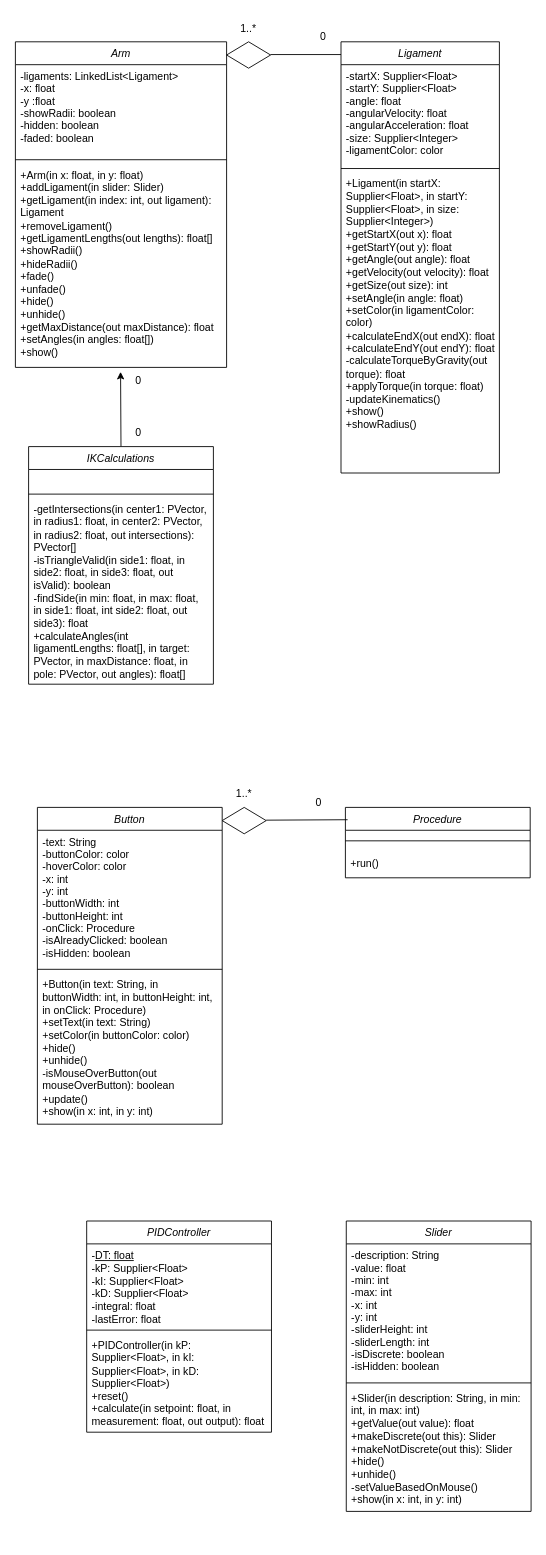
Before: UML.drawio in IanShiii/APCS-Final-Project, a draw.io diagram. Source tidied: cells renumbered, new cells numbered last; positions are measured from the earlier drawing's top-left corner, leaving out a move shared by most shapes. Both pictures are drawn from the tidied source at 88%, with x=0, y=0 at pixel (15, 15).
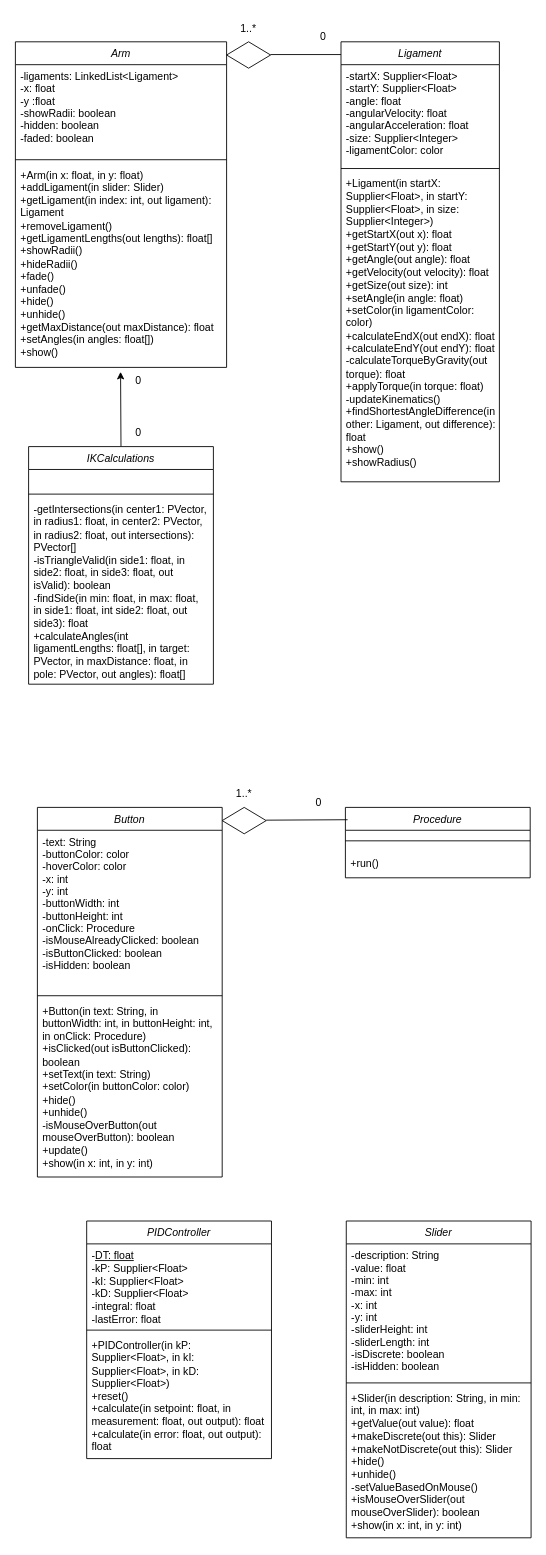
Above is the later version.

Commit message:
update UML diagram

The edit, as a diff of the source:
```diff
@@
     <mxCell id="8" value="Ligament" style="swimlane;fontStyle=2;align=center;verticalAlign=top;horizontal=1;startSize=26;rounded=0;shadow=0;strokeWidth=1;" parent="1" vertex="1">
-      <mxGeometry x="370" y="30" width="180" height="490" as="geometry" />
+      <mxGeometry x="370" y="30" width="180" height="500" as="geometry" />
     </mxCell>
@@
-    <mxCell id="11" value="+Ligament(in startX: Supplier&lt;Float&gt;, in startY: Supplier&lt;Float&gt;, in size: Supplier&lt;Integer&gt;)&#10;+getStartX(out x): float&#10;+getStartY(out y): float&#10;+getAngle(out angle): float&#10;+getVelocity(out velocity): float&#10;+getSize(out size): int&#10;+setAngle(in angle: float)&#10;+setColor(in ligamentColor: color)&#10;+calculateEndX(out endX): float&#10;+calculateEndY(out endY): float&#10;-calculateTorqueByGravity(out torque): float&#10;+applyTorque(in torque: float)&#10;-updateKinematics()&#10;+show()&#10;+showRadius()&#10;" style="text;align=left;verticalAlign=top;spacingLeft=4;spacingRight=4;overflow=hidden;whiteSpace=wrap;" parent="8" vertex="1">
-      <mxGeometry y="148" width="180" height="342" as="geometry" />
+    <mxCell id="11" value="+Ligament(in startX: Supplier&lt;Float&gt;, in startY: Supplier&lt;Float&gt;, in size: Supplier&lt;Integer&gt;)&#10;+getStartX(out x): float&#10;+getStartY(out y): float&#10;+getAngle(out angle): float&#10;+getVelocity(out velocity): float&#10;+getSize(out size): int&#10;+setAngle(in angle: float)&#10;+setColor(in ligamentColor: color)&#10;+calculateEndX(out endX): float&#10;+calculateEndY(out endY): float&#10;-calculateTorqueByGravity(out torque): float&#10;+applyTorque(in torque: float)&#10;-updateKinematics()&#10;+findShortestAngleDifference(in other: Ligament, out difference): float&#10;+show()&#10;+showRadius()&#10;" style="text;align=left;verticalAlign=top;spacingLeft=4;spacingRight=4;overflow=hidden;whiteSpace=wrap;" parent="8" vertex="1">
+      <mxGeometry y="148" width="180" height="352" as="geometry" />
     </mxCell>
@@
     <mxCell id="21" value="Slider" style="swimlane;fontStyle=2;align=center;verticalAlign=top;horizontal=1;startSize=26;rounded=0;shadow=0;strokeWidth=1;" parent="1" vertex="1">
-      <mxGeometry x="376" y="1370" width="210" height="330" as="geometry" />
+      <mxGeometry x="376" y="1370" width="210" height="360" as="geometry" />
     </mxCell>
@@
-    <mxCell id="24" value="+Slider(in description: String, in min: int, in max: int)&#10;+getValue(out value): float&#10;+makeDiscrete(out this): Slider&#10;+makeNotDiscrete(out this): Slider&#10;+hide()&#10;+unhide()&#10;-setValueBasedOnMouse()&#10;+show(in x: int, in y: int)" style="text;align=left;verticalAlign=top;spacingLeft=4;spacingRight=4;overflow=hidden;whiteSpace=wrap;" parent="21" vertex="1">
-      <mxGeometry y="188" width="210" height="142" as="geometry" />
+    <mxCell id="24" value="+Slider(in description: String, in min: int, in max: int)&#10;+getValue(out value): float&#10;+makeDiscrete(out this): Slider&#10;+makeNotDiscrete(out this): Slider&#10;+hide()&#10;+unhide()&#10;-setValueBasedOnMouse()&#10;+isMouseOverSlider(out mouseOverSlider): boolean&#10;+show(in x: int, in y: int)" style="text;align=left;verticalAlign=top;spacingLeft=4;spacingRight=4;overflow=hidden;whiteSpace=wrap;" parent="21" vertex="1">
+      <mxGeometry y="188" width="210" height="172" as="geometry" />
     </mxCell>
     <mxCell id="25" value="Button" style="swimlane;fontStyle=2;align=center;verticalAlign=top;horizontal=1;startSize=26;rounded=0;shadow=0;strokeWidth=1;" parent="1" vertex="1">
-      <mxGeometry x="25" y="900" width="210" height="360" as="geometry" />
+      <mxGeometry x="25" y="900" width="210" height="420" as="geometry" />
     </mxCell>
-    <mxCell id="26" value="-text: String&#10;-buttonColor: color&#10;-hoverColor: color&#10;-x: int&#10;-y: int&#10;-buttonWidth: int&#10;-buttonHeight: int&#10;-onClick: Procedure&#10;-isAlreadyClicked: boolean&#10;-isHidden: boolean" style="text;align=left;verticalAlign=top;spacingLeft=4;spacingRight=4;overflow=hidden;" parent="25" vertex="1">
-      <mxGeometry y="26" width="210" height="154" as="geometry" />
+    <mxCell id="26" value="-text: String&#10;-buttonColor: color&#10;-hoverColor: color&#10;-x: int&#10;-y: int&#10;-buttonWidth: int&#10;-buttonHeight: int&#10;-onClick: Procedure&#10;-isMouseAlreadyClicked: boolean&#10;-isButtonClicked: boolean&#10;-isHidden: boolean" style="text;align=left;verticalAlign=top;spacingLeft=4;spacingRight=4;overflow=hidden;" parent="25" vertex="1">
+      <mxGeometry y="26" width="210" height="184" as="geometry" />
     </mxCell>
     <mxCell id="27" style="line;html=1;strokeWidth=1;align=left;verticalAlign=middle;spacingTop=-1;spacingLeft=3;spacingRight=3;labelPosition=right;" parent="25" vertex="1">
-      <mxGeometry y="180" width="210" height="8" as="geometry" />
+      <mxGeometry y="210" width="210" height="8" as="geometry" />
     </mxCell>
-    <mxCell id="28" value="+Button(in text: String, in buttonWidth: int, in buttonHeight: int, in onClick: Procedure)&#10;+setText(in text: String)&#10;+setColor(in buttonColor: color)&#10;+hide()&#10;+unhide()&#10;-isMouseOverButton(out mouseOverButton): boolean&#10;+update()&#10;+show(in x: int, in y: int)" style="text;align=left;verticalAlign=top;spacingLeft=4;spacingRight=4;overflow=hidden;whiteSpace=wrap;" parent="25" vertex="1">
-      <mxGeometry y="188" width="210" height="172" as="geometry" />
+    <mxCell id="28" value="+Button(in text: String, in buttonWidth: int, in buttonHeight: int, in onClick: Procedure)&#10;+isClicked(out isButtonClicked): boolean&#10;+setText(in text: String)&#10;+setColor(in buttonColor: color)&#10;+hide()&#10;+unhide()&#10;-isMouseOverButton(out mouseOverButton): boolean&#10;+update()&#10;+show(in x: int, in y: int)" style="text;align=left;verticalAlign=top;spacingLeft=4;spacingRight=4;overflow=hidden;whiteSpace=wrap;" parent="25" vertex="1">
+      <mxGeometry y="218" width="210" height="202" as="geometry" />
     </mxCell>
@@
     <mxCell id="36" value="PIDController" style="swimlane;fontStyle=2;align=center;verticalAlign=top;horizontal=1;startSize=26;rounded=0;shadow=0;strokeWidth=1;" parent="1" vertex="1">
-      <mxGeometry x="81" y="1370" width="210" height="240" as="geometry" />
+      <mxGeometry x="81" y="1370" width="210" height="270" as="geometry" />
     </mxCell>
@@
-    <mxCell id="39" value="+PIDController(in kP: Supplier&lt;Float&gt;, in kI: Supplier&lt;Float&gt;, in kD: Supplier&lt;Float&gt;)&#10;+reset()&#10;+calculate(in setpoint: float, in measurement: float, out output): float" style="text;align=left;verticalAlign=top;spacingLeft=4;spacingRight=4;overflow=hidden;whiteSpace=wrap;" parent="36" vertex="1">
-      <mxGeometry y="128" width="210" height="112" as="geometry" />
+    <mxCell id="39" value="+PIDController(in kP: Supplier&lt;Float&gt;, in kI: Supplier&lt;Float&gt;, in kD: Supplier&lt;Float&gt;)&#10;+reset()&#10;+calculate(in setpoint: float, in measurement: float, out output): float&#10;+calculate(in error: float, out output): float" style="text;align=left;verticalAlign=top;spacingLeft=4;spacingRight=4;overflow=hidden;whiteSpace=wrap;" parent="36" vertex="1">
+      <mxGeometry y="128" width="210" height="142" as="geometry" />
     </mxCell>
```
